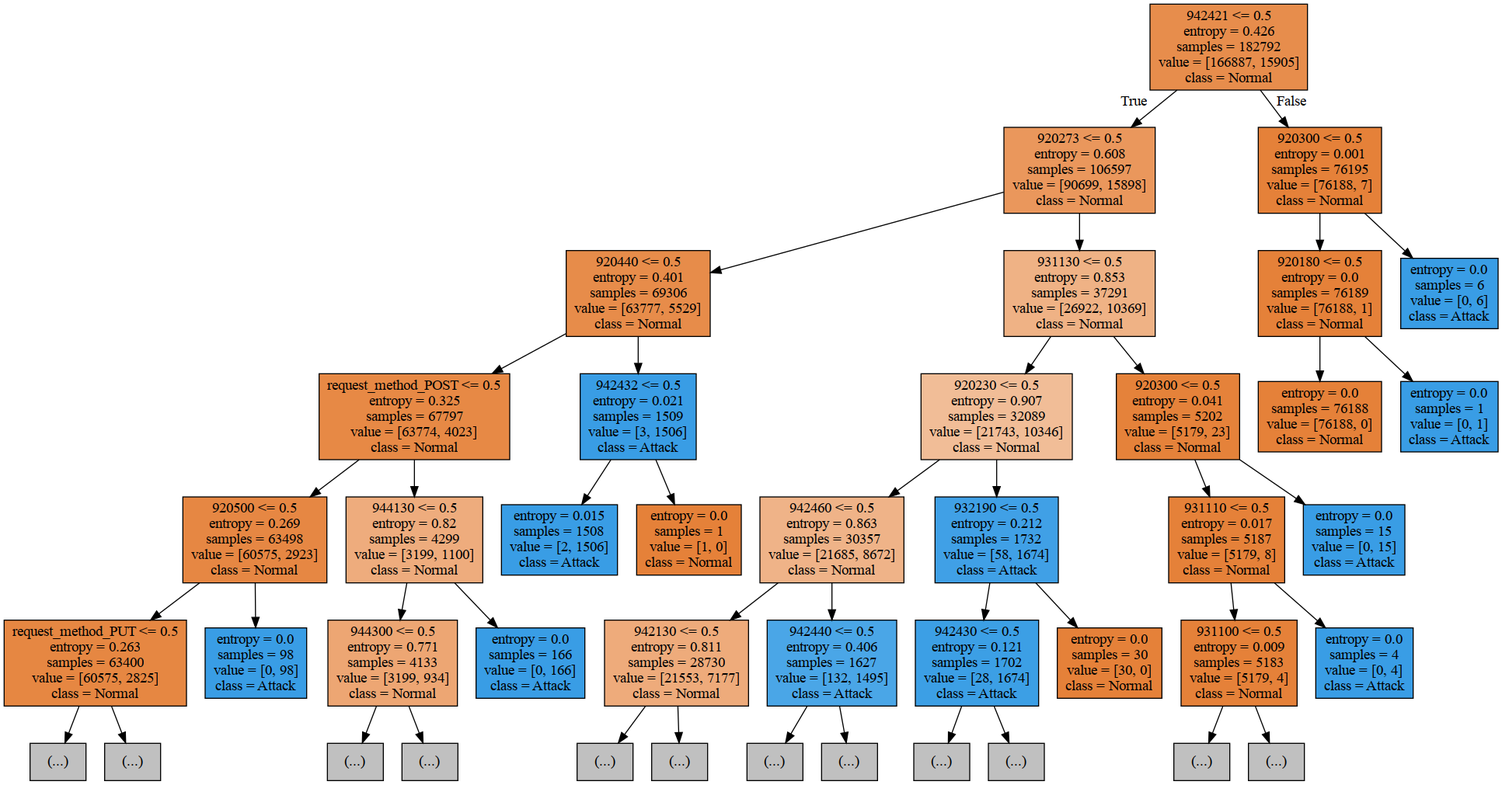
The Graphviz diagram ml-model/decision_tree.png in ngoctint1lvc/waf, before a commit. Its source is kept beside it as ml-model/decision_tree.dot. Source of this version:
```dot
digraph Tree {
node [shape=box, style="filled", color="black"] ;
0 [label="942421 <= 0.5\nentropy = 0.426\nsamples = 182792\nvalue = [166887, 15905]\nclass = Normal", fillcolor="#e78d4c"] ;
1 [label="920273 <= 0.5\nentropy = 0.608\nsamples = 106597\nvalue = [90699, 15898]\nclass = Normal", fillcolor="#ea975c"] ;
0 -> 1 [labeldistance=2.5, labelangle=45, headlabel="True"] ;
2 [label="920440 <= 0.5\nentropy = 0.401\nsamples = 69306\nvalue = [63777, 5529]\nclass = Normal", fillcolor="#e78c4a"] ;
1 -> 2 ;
3 [label="request_method_POST <= 0.5\nentropy = 0.325\nsamples = 67797\nvalue = [63774, 4023]\nclass = Normal", fillcolor="#e78945"] ;
2 -> 3 ;
4 [label="920500 <= 0.5\nentropy = 0.269\nsamples = 63498\nvalue = [60575, 2923]\nclass = Normal", fillcolor="#e68743"] ;
3 -> 4 ;
5 [label="request_method_PUT <= 0.5\nentropy = 0.263\nsamples = 63400\nvalue = [60575, 2825]\nclass = Normal", fillcolor="#e68742"] ;
4 -> 5 ;
6 [label="(...)", fillcolor="#C0C0C0"] ;
5 -> 6 ;
35 [label="(...)", fillcolor="#C0C0C0"] ;
5 -> 35 ;
38 [label="entropy = 0.0\nsamples = 98\nvalue = [0, 98]\nclass = Attack", fillcolor="#399de5"] ;
4 -> 38 ;
39 [label="944130 <= 0.5\nentropy = 0.82\nsamples = 4299\nvalue = [3199, 1100]\nclass = Normal", fillcolor="#eeac7d"] ;
3 -> 39 ;
40 [label="944300 <= 0.5\nentropy = 0.771\nsamples = 4133\nvalue = [3199, 934]\nclass = Normal", fillcolor="#eda673"] ;
39 -> 40 ;
41 [label="(...)", fillcolor="#C0C0C0"] ;
40 -> 41 ;
54 [label="(...)", fillcolor="#C0C0C0"] ;
40 -> 54 ;
55 [label="entropy = 0.0\nsamples = 166\nvalue = [0, 166]\nclass = Attack", fillcolor="#399de5"] ;
39 -> 55 ;
56 [label="942432 <= 0.5\nentropy = 0.021\nsamples = 1509\nvalue = [3, 1506]\nclass = Attack", fillcolor="#399de5"] ;
2 -> 56 ;
57 [label="entropy = 0.015\nsamples = 1508\nvalue = [2, 1506]\nclass = Attack", fillcolor="#399de5"] ;
56 -> 57 ;
58 [label="entropy = 0.0\nsamples = 1\nvalue = [1, 0]\nclass = Normal", fillcolor="#e58139"] ;
56 -> 58 ;
59 [label="931130 <= 0.5\nentropy = 0.853\nsamples = 37291\nvalue = [26922, 10369]\nclass = Normal", fillcolor="#efb285"] ;
1 -> 59 ;
60 [label="920230 <= 0.5\nentropy = 0.907\nsamples = 32089\nvalue = [21743, 10346]\nclass = Normal", fillcolor="#f1bd97"] ;
59 -> 60 ;
61 [label="942460 <= 0.5\nentropy = 0.863\nsamples = 30357\nvalue = [21685, 8672]\nclass = Normal", fillcolor="#efb388"] ;
60 -> 61 ;
62 [label="942130 <= 0.5\nentropy = 0.811\nsamples = 28730\nvalue = [21553, 7177]\nclass = Normal", fillcolor="#eeab7b"] ;
61 -> 62 ;
63 [label="(...)", fillcolor="#C0C0C0"] ;
62 -> 63 ;
134 [label="(...)", fillcolor="#C0C0C0"] ;
62 -> 134 ;
163 [label="942440 <= 0.5\nentropy = 0.406\nsamples = 1627\nvalue = [132, 1495]\nclass = Attack", fillcolor="#4aa6e7"] ;
61 -> 163 ;
164 [label="(...)", fillcolor="#C0C0C0"] ;
163 -> 164 ;
195 [label="(...)", fillcolor="#C0C0C0"] ;
163 -> 195 ;
196 [label="932190 <= 0.5\nentropy = 0.212\nsamples = 1732\nvalue = [58, 1674]\nclass = Attack", fillcolor="#40a0e6"] ;
60 -> 196 ;
197 [label="942430 <= 0.5\nentropy = 0.121\nsamples = 1702\nvalue = [28, 1674]\nclass = Attack", fillcolor="#3c9fe5"] ;
196 -> 197 ;
198 [label="(...)", fillcolor="#C0C0C0"] ;
197 -> 198 ;
199 [label="(...)", fillcolor="#C0C0C0"] ;
197 -> 199 ;
202 [label="entropy = 0.0\nsamples = 30\nvalue = [30, 0]\nclass = Normal", fillcolor="#e58139"] ;
196 -> 202 ;
203 [label="920300 <= 0.5\nentropy = 0.041\nsamples = 5202\nvalue = [5179, 23]\nclass = Normal", fillcolor="#e5823a"] ;
59 -> 203 ;
204 [label="931110 <= 0.5\nentropy = 0.017\nsamples = 5187\nvalue = [5179, 8]\nclass = Normal", fillcolor="#e58139"] ;
203 -> 204 ;
205 [label="931100 <= 0.5\nentropy = 0.009\nsamples = 5183\nvalue = [5179, 4]\nclass = Normal", fillcolor="#e58139"] ;
204 -> 205 ;
206 [label="(...)", fillcolor="#C0C0C0"] ;
205 -> 206 ;
215 [label="(...)", fillcolor="#C0C0C0"] ;
205 -> 215 ;
216 [label="entropy = 0.0\nsamples = 4\nvalue = [0, 4]\nclass = Attack", fillcolor="#399de5"] ;
204 -> 216 ;
217 [label="entropy = 0.0\nsamples = 15\nvalue = [0, 15]\nclass = Attack", fillcolor="#399de5"] ;
203 -> 217 ;
218 [label="920300 <= 0.5\nentropy = 0.001\nsamples = 76195\nvalue = [76188, 7]\nclass = Normal", fillcolor="#e58139"] ;
0 -> 218 [labeldistance=2.5, labelangle=-45, headlabel="False"] ;
219 [label="920180 <= 0.5\nentropy = 0.0\nsamples = 76189\nvalue = [76188, 1]\nclass = Normal", fillcolor="#e58139"] ;
218 -> 219 ;
220 [label="entropy = 0.0\nsamples = 76188\nvalue = [76188, 0]\nclass = Normal", fillcolor="#e58139"] ;
219 -> 220 ;
221 [label="entropy = 0.0\nsamples = 1\nvalue = [0, 1]\nclass = Attack", fillcolor="#399de5"] ;
219 -> 221 ;
222 [label="entropy = 0.0\nsamples = 6\nvalue = [0, 6]\nclass = Attack", fillcolor="#399de5"] ;
218 -> 222 ;
}
```
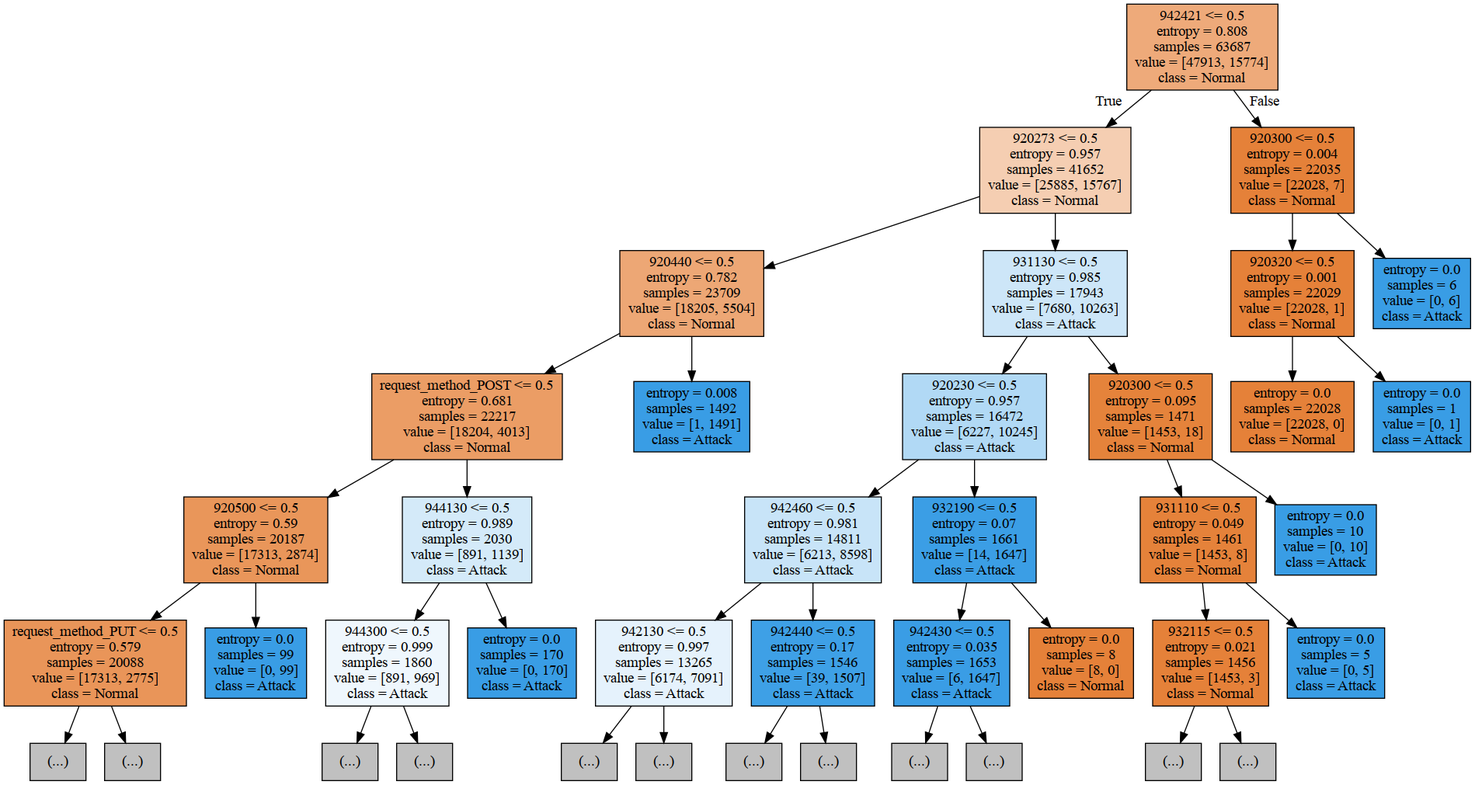
After the change.

Change to the diagram source:
```diff
@@ -1,88 +1,84 @@
 digraph Tree {
 node [shape=box, style="filled", color="black"] ;
-0 [label="942421 <= 0.5\nentropy = 0.426\nsamples = 182792\nvalue = [166887, 15905]\nclass = Normal", fillcolor="#e78d4c"] ;
-1 [label="920273 <= 0.5\nentropy = 0.608\nsamples = 106597\nvalue = [90699, 15898]\nclass = Normal", fillcolor="#ea975c"] ;
+0 [label="942421 <= 0.5\nentropy = 0.808\nsamples = 63687\nvalue = [47913, 15774]\nclass = Normal", fillcolor="#eeaa7a"] ;
+1 [label="920273 <= 0.5\nentropy = 0.957\nsamples = 41652\nvalue = [25885, 15767]\nclass = Normal", fillcolor="#f5ceb2"] ;
 0 -> 1 [labeldistance=2.5, labelangle=45, headlabel="True"] ;
-2 [label="920440 <= 0.5\nentropy = 0.401\nsamples = 69306\nvalue = [63777, 5529]\nclass = Normal", fillcolor="#e78c4a"] ;
+2 [label="920440 <= 0.5\nentropy = 0.782\nsamples = 23709\nvalue = [18205, 5504]\nclass = Normal", fillcolor="#eda775"] ;
 1 -> 2 ;
-3 [label="request_method_POST <= 0.5\nentropy = 0.325\nsamples = 67797\nvalue = [63774, 4023]\nclass = Normal", fillcolor="#e78945"] ;
+3 [label="request_method_POST <= 0.5\nentropy = 0.681\nsamples = 22217\nvalue = [18204, 4013]\nclass = Normal", fillcolor="#eb9d65"] ;
 2 -> 3 ;
-4 [label="920500 <= 0.5\nentropy = 0.269\nsamples = 63498\nvalue = [60575, 2923]\nclass = Normal", fillcolor="#e68743"] ;
+4 [label="920500 <= 0.5\nentropy = 0.59\nsamples = 20187\nvalue = [17313, 2874]\nclass = Normal", fillcolor="#e9965a"] ;
 3 -> 4 ;
-5 [label="request_method_PUT <= 0.5\nentropy = 0.263\nsamples = 63400\nvalue = [60575, 2825]\nclass = Normal", fillcolor="#e68742"] ;
+5 [label="request_method_PUT <= 0.5\nentropy = 0.579\nsamples = 20088\nvalue = [17313, 2775]\nclass = Normal", fillcolor="#e99559"] ;
 4 -> 5 ;
 6 [label="(...)", fillcolor="#C0C0C0"] ;
 5 -> 6 ;
-35 [label="(...)", fillcolor="#C0C0C0"] ;
-5 -> 35 ;
-38 [label="entropy = 0.0\nsamples = 98\nvalue = [0, 98]\nclass = Attack", fillcolor="#399de5"] ;
-4 -> 38 ;
-39 [label="944130 <= 0.5\nentropy = 0.82\nsamples = 4299\nvalue = [3199, 1100]\nclass = Normal", fillcolor="#eeac7d"] ;
-3 -> 39 ;
-40 [label="944300 <= 0.5\nentropy = 0.771\nsamples = 4133\nvalue = [3199, 934]\nclass = Normal", fillcolor="#eda673"] ;
-39 -> 40 ;
-41 [label="(...)", fillcolor="#C0C0C0"] ;
-40 -> 41 ;
-54 [label="(...)", fillcolor="#C0C0C0"] ;
-40 -> 54 ;
-55 [label="entropy = 0.0\nsamples = 166\nvalue = [0, 166]\nclass = Attack", fillcolor="#399de5"] ;
-39 -> 55 ;
-56 [label="942432 <= 0.5\nentropy = 0.021\nsamples = 1509\nvalue = [3, 1506]\nclass = Attack", fillcolor="#399de5"] ;
-2 -> 56 ;
-57 [label="entropy = 0.015\nsamples = 1508\nvalue = [2, 1506]\nclass = Attack", fillcolor="#399de5"] ;
-56 -> 57 ;
-58 [label="entropy = 0.0\nsamples = 1\nvalue = [1, 0]\nclass = Normal", fillcolor="#e58139"] ;
-56 -> 58 ;
-59 [label="931130 <= 0.5\nentropy = 0.853\nsamples = 37291\nvalue = [26922, 10369]\nclass = Normal", fillcolor="#efb285"] ;
-1 -> 59 ;
-60 [label="920230 <= 0.5\nentropy = 0.907\nsamples = 32089\nvalue = [21743, 10346]\nclass = Normal", fillcolor="#f1bd97"] ;
-59 -> 60 ;
-61 [label="942460 <= 0.5\nentropy = 0.863\nsamples = 30357\nvalue = [21685, 8672]\nclass = Normal", fillcolor="#efb388"] ;
-60 -> 61 ;
-62 [label="942130 <= 0.5\nentropy = 0.811\nsamples = 28730\nvalue = [21553, 7177]\nclass = Normal", fillcolor="#eeab7b"] ;
-61 -> 62 ;
-63 [label="(...)", fillcolor="#C0C0C0"] ;
-62 -> 63 ;
+43 [label="(...)", fillcolor="#C0C0C0"] ;
+5 -> 43 ;
+46 [label="entropy = 0.0\nsamples = 99\nvalue = [0, 99]\nclass = Attack", fillcolor="#399de5"] ;
+4 -> 46 ;
+47 [label="944130 <= 0.5\nentropy = 0.989\nsamples = 2030\nvalue = [891, 1139]\nclass = Attack", fillcolor="#d4eaf9"] ;
+3 -> 47 ;
+48 [label="944300 <= 0.5\nentropy = 0.999\nsamples = 1860\nvalue = [891, 969]\nclass = Attack", fillcolor="#eff7fd"] ;
+47 -> 48 ;
+49 [label="(...)", fillcolor="#C0C0C0"] ;
+48 -> 49 ;
+62 [label="(...)", fillcolor="#C0C0C0"] ;
+48 -> 62 ;
+63 [label="entropy = 0.0\nsamples = 170\nvalue = [0, 170]\nclass = Attack", fillcolor="#399de5"] ;
+47 -> 63 ;
+64 [label="entropy = 0.008\nsamples = 1492\nvalue = [1, 1491]\nclass = Attack", fillcolor="#399de5"] ;
+2 -> 64 ;
+65 [label="931130 <= 0.5\nentropy = 0.985\nsamples = 17943\nvalue = [7680, 10263]\nclass = Attack", fillcolor="#cde6f8"] ;
+1 -> 65 ;
+66 [label="920230 <= 0.5\nentropy = 0.957\nsamples = 16472\nvalue = [6227, 10245]\nclass = Attack", fillcolor="#b1d9f5"] ;
+65 -> 66 ;
+67 [label="942460 <= 0.5\nentropy = 0.981\nsamples = 14811\nvalue = [6213, 8598]\nclass = Attack", fillcolor="#c8e4f8"] ;
+66 -> 67 ;
+68 [label="942130 <= 0.5\nentropy = 0.997\nsamples = 13265\nvalue = [6174, 7091]\nclass = Attack", fillcolor="#e5f2fc"] ;
+67 -> 68 ;
+69 [label="(...)", fillcolor="#C0C0C0"] ;
+68 -> 69 ;
 134 [label="(...)", fillcolor="#C0C0C0"] ;
-62 -> 134 ;
-163 [label="942440 <= 0.5\nentropy = 0.406\nsamples = 1627\nvalue = [132, 1495]\nclass = Attack", fillcolor="#4aa6e7"] ;
-61 -> 163 ;
-164 [label="(...)", fillcolor="#C0C0C0"] ;
-163 -> 164 ;
-195 [label="(...)", fillcolor="#C0C0C0"] ;
-163 -> 195 ;
-196 [label="932190 <= 0.5\nentropy = 0.212\nsamples = 1732\nvalue = [58, 1674]\nclass = Attack", fillcolor="#40a0e6"] ;
-60 -> 196 ;
-197 [label="942430 <= 0.5\nentropy = 0.121\nsamples = 1702\nvalue = [28, 1674]\nclass = Attack", fillcolor="#3c9fe5"] ;
-196 -> 197 ;
-198 [label="(...)", fillcolor="#C0C0C0"] ;
-197 -> 198 ;
-199 [label="(...)", fillcolor="#C0C0C0"] ;
-197 -> 199 ;
-202 [label="entropy = 0.0\nsamples = 30\nvalue = [30, 0]\nclass = Normal", fillcolor="#e58139"] ;
-196 -> 202 ;
-203 [label="920300 <= 0.5\nentropy = 0.041\nsamples = 5202\nvalue = [5179, 23]\nclass = Normal", fillcolor="#e5823a"] ;
-59 -> 203 ;
-204 [label="931110 <= 0.5\nentropy = 0.017\nsamples = 5187\nvalue = [5179, 8]\nclass = Normal", fillcolor="#e58139"] ;
-203 -> 204 ;
-205 [label="931100 <= 0.5\nentropy = 0.009\nsamples = 5183\nvalue = [5179, 4]\nclass = Normal", fillcolor="#e58139"] ;
-204 -> 205 ;
-206 [label="(...)", fillcolor="#C0C0C0"] ;
-205 -> 206 ;
-215 [label="(...)", fillcolor="#C0C0C0"] ;
-205 -> 215 ;
-216 [label="entropy = 0.0\nsamples = 4\nvalue = [0, 4]\nclass = Attack", fillcolor="#399de5"] ;
-204 -> 216 ;
-217 [label="entropy = 0.0\nsamples = 15\nvalue = [0, 15]\nclass = Attack", fillcolor="#399de5"] ;
-203 -> 217 ;
-218 [label="920300 <= 0.5\nentropy = 0.001\nsamples = 76195\nvalue = [76188, 7]\nclass = Normal", fillcolor="#e58139"] ;
-0 -> 218 [labeldistance=2.5, labelangle=-45, headlabel="False"] ;
-219 [label="920180 <= 0.5\nentropy = 0.0\nsamples = 76189\nvalue = [76188, 1]\nclass = Normal", fillcolor="#e58139"] ;
-218 -> 219 ;
-220 [label="entropy = 0.0\nsamples = 76188\nvalue = [76188, 0]\nclass = Normal", fillcolor="#e58139"] ;
-219 -> 220 ;
-221 [label="entropy = 0.0\nsamples = 1\nvalue = [0, 1]\nclass = Attack", fillcolor="#399de5"] ;
-219 -> 221 ;
-222 [label="entropy = 0.0\nsamples = 6\nvalue = [0, 6]\nclass = Attack", fillcolor="#399de5"] ;
-218 -> 222 ;
+68 -> 134 ;
+151 [label="942440 <= 0.5\nentropy = 0.17\nsamples = 1546\nvalue = [39, 1507]\nclass = Attack", fillcolor="#3ea0e6"] ;
+67 -> 151 ;
+152 [label="(...)", fillcolor="#C0C0C0"] ;
+151 -> 152 ;
+177 [label="(...)", fillcolor="#C0C0C0"] ;
+151 -> 177 ;
+178 [label="932190 <= 0.5\nentropy = 0.07\nsamples = 1661\nvalue = [14, 1647]\nclass = Attack", fillcolor="#3b9ee5"] ;
+66 -> 178 ;
+179 [label="942430 <= 0.5\nentropy = 0.035\nsamples = 1653\nvalue = [6, 1647]\nclass = Attack", fillcolor="#3a9de5"] ;
+178 -> 179 ;
+180 [label="(...)", fillcolor="#C0C0C0"] ;
+179 -> 180 ;
+181 [label="(...)", fillcolor="#C0C0C0"] ;
+179 -> 181 ;
+184 [label="entropy = 0.0\nsamples = 8\nvalue = [8, 0]\nclass = Normal", fillcolor="#e58139"] ;
+178 -> 184 ;
+185 [label="920300 <= 0.5\nentropy = 0.095\nsamples = 1471\nvalue = [1453, 18]\nclass = Normal", fillcolor="#e5833b"] ;
+65 -> 185 ;
+186 [label="931110 <= 0.5\nentropy = 0.049\nsamples = 1461\nvalue = [1453, 8]\nclass = Normal", fillcolor="#e5823a"] ;
+185 -> 186 ;
+187 [label="932115 <= 0.5\nentropy = 0.021\nsamples = 1456\nvalue = [1453, 3]\nclass = Normal", fillcolor="#e58139"] ;
+186 -> 187 ;
+188 [label="(...)", fillcolor="#C0C0C0"] ;
+187 -> 188 ;
+197 [label="(...)", fillcolor="#C0C0C0"] ;
+187 -> 197 ;
+198 [label="entropy = 0.0\nsamples = 5\nvalue = [0, 5]\nclass = Attack", fillcolor="#399de5"] ;
+186 -> 198 ;
+199 [label="entropy = 0.0\nsamples = 10\nvalue = [0, 10]\nclass = Attack", fillcolor="#399de5"] ;
+185 -> 199 ;
+200 [label="920300 <= 0.5\nentropy = 0.004\nsamples = 22035\nvalue = [22028, 7]\nclass = Normal", fillcolor="#e58139"] ;
+0 -> 200 [labeldistance=2.5, labelangle=-45, headlabel="False"] ;
+201 [label="920320 <= 0.5\nentropy = 0.001\nsamples = 22029\nvalue = [22028, 1]\nclass = Normal", fillcolor="#e58139"] ;
+200 -> 201 ;
+202 [label="entropy = 0.0\nsamples = 22028\nvalue = [22028, 0]\nclass = Normal", fillcolor="#e58139"] ;
+201 -> 202 ;
+203 [label="entropy = 0.0\nsamples = 1\nvalue = [0, 1]\nclass = Attack", fillcolor="#399de5"] ;
+201 -> 203 ;
+204 [label="entropy = 0.0\nsamples = 6\nvalue = [0, 6]\nclass = Attack", fillcolor="#399de5"] ;
+200 -> 204 ;
 }
```
